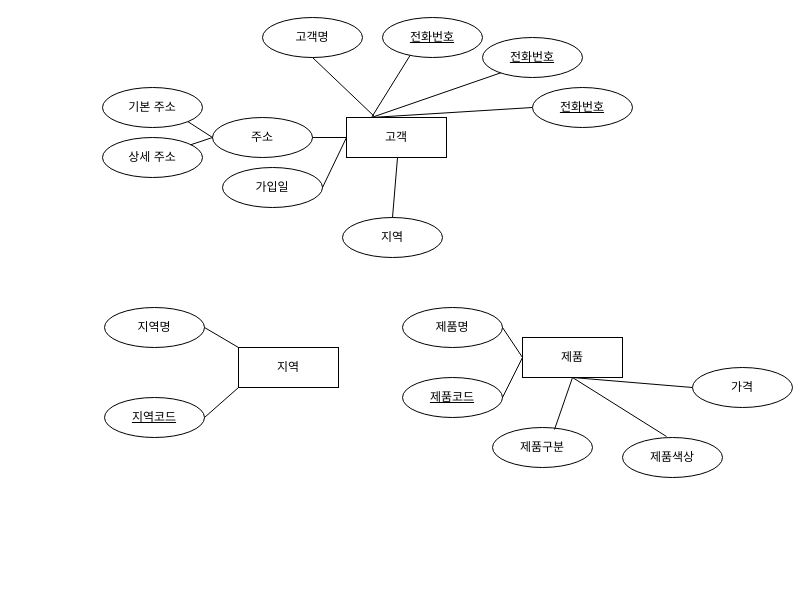
softlee144/erd keeps this draw.io diagram as 제목 없는 다이어그램.drawio. Above is the earlier version. Source tidied: cells renumbered, new cells numbered last; positions are measured from the earlier drawing's top-left corner, leaving out a move shared by most shapes. Both pictures are drawn from the tidied source at 100%, with x=0, y=0 at pixel (102, 17).
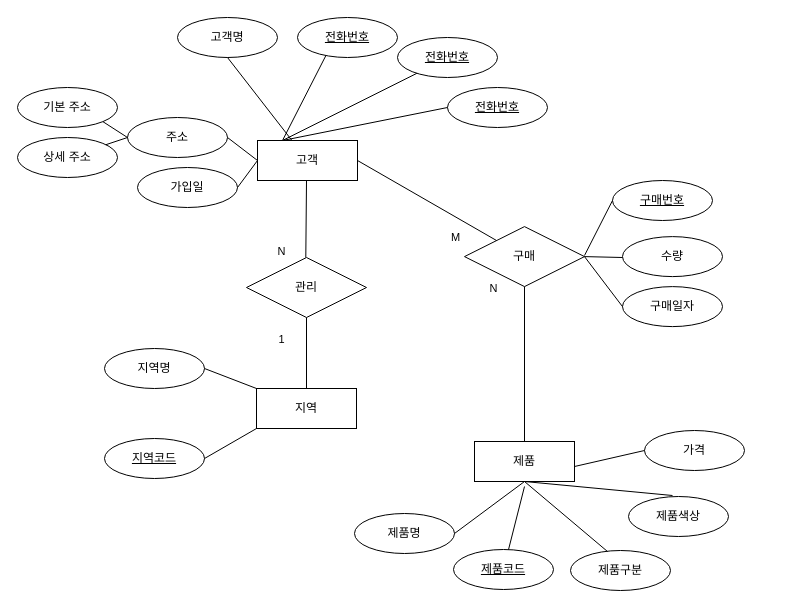
The same page after the edit.

Commit message:
제목 없는 다이어그램.drawio 업데이트

Diff of the diagram source:
```diff
@@
     <mxCell id="2" value="고객명" style="ellipse;whiteSpace=wrap;html=1;align=center;" parent="1" vertex="1">
-      <mxGeometry x="160" width="100" height="40" as="geometry" />
+      <mxGeometry x="75" width="100" height="40" as="geometry" />
     </mxCell>
@@
     <mxCell id="4" style="endArrow=none;html=1;rounded=0;exitX=0.35;exitY=1.075;exitDx=0;exitDy=0;exitPerimeter=0;entryX=0.25;entryY=0;entryDx=0;entryDy=0;" parent="1" edge="1" target="21">
       <mxGeometry relative="1" as="geometry">
-        <mxPoint x="405" y="53" as="sourcePoint" />
+        <mxPoint x="320" y="53" as="sourcePoint" />
       </mxGeometry>
     </mxCell>
     <mxCell id="5" value="전화번호" style="ellipse;whiteSpace=wrap;html=1;align=center;fontStyle=4;" parent="1" vertex="1">
-      <mxGeometry x="380" y="20" width="100" height="40" as="geometry" />
+      <mxGeometry x="295" y="20" width="100" height="40" as="geometry" />
     </mxCell>
     <mxCell id="6" style="endArrow=none;html=1;rounded=0;exitX=0.5;exitY=1;exitDx=0;exitDy=0;entryX=0.25;entryY=0;entryDx=0;entryDy=0;" parent="1" edge="1" target="21">
       <mxGeometry relative="1" as="geometry">
-        <mxPoint x="312.5" y="30" as="sourcePoint" />
+        <mxPoint x="227.5" y="30" as="sourcePoint" />
       </mxGeometry>
     </mxCell>
     <mxCell id="7" value="전화번호" style="ellipse;whiteSpace=wrap;html=1;align=center;fontStyle=4;" parent="1" vertex="1">
-      <mxGeometry x="280" width="100" height="40" as="geometry" />
+      <mxGeometry x="195" width="100" height="40" as="geometry" />
     </mxCell>
     <mxCell id="8" value="전화번호" style="ellipse;whiteSpace=wrap;html=1;align=center;fontStyle=4;" parent="1" vertex="1">
-      <mxGeometry x="430" y="70" width="100" height="40" as="geometry" />
+      <mxGeometry x="345" y="70" width="100" height="40" as="geometry" />
     </mxCell>
@@
     <mxCell id="10" value="주소" style="ellipse;whiteSpace=wrap;html=1;align=center;" parent="1" vertex="1">
-      <mxGeometry x="110" y="100" width="100" height="40" as="geometry" />
+      <mxGeometry x="25" y="100" width="100" height="40" as="geometry" />
     </mxCell>
     <mxCell id="11" value="기본 주소" style="ellipse;whiteSpace=wrap;html=1;align=center;" parent="1" vertex="1">
-      <mxGeometry y="70" width="100" height="40" as="geometry" />
+      <mxGeometry x="-85" y="70" width="100" height="40" as="geometry" />
     </mxCell>
     <mxCell id="12" value="상세 주소" style="ellipse;whiteSpace=wrap;html=1;align=center;" parent="1" vertex="1">
-      <mxGeometry y="120" width="100" height="40" as="geometry" />
+      <mxGeometry x="-85" y="120" width="100" height="40" as="geometry" />
     </mxCell>
@@
     <mxCell id="15" value="가입일" style="ellipse;whiteSpace=wrap;html=1;align=center;" parent="1" vertex="1">
-      <mxGeometry x="120" y="150" width="100" height="40" as="geometry" />
+      <mxGeometry x="35" y="150" width="100" height="40" as="geometry" />
     </mxCell>
@@
-    <mxCell id="17" value="지역" style="ellipse;whiteSpace=wrap;html=1;align=center;" parent="1" vertex="1">
-      <mxGeometry x="240" y="200" width="100" height="40" as="geometry" />
-    </mxCell>
-    <mxCell id="18" style="endArrow=none;html=1;rounded=0;exitX=0.5;exitY=0;exitDx=0;exitDy=0;entryX=0.5;entryY=1;entryDx=0;entryDy=0;" parent="1" edge="1" source="17">
+    <mxCell id="18" style="endArrow=none;html=1;rounded=0;entryX=0.5;entryY=1;entryDx=0;entryDy=0;" parent="1" edge="1">
       <mxGeometry relative="1" as="geometry">
-        <mxPoint x="295" y="140" as="targetPoint" />
+        <mxPoint x="203.3" y="240.1" as="sourcePoint" />
+        <mxPoint x="204" y="163" as="targetPoint" />
       </mxGeometry>
     </mxCell>
+    <mxCell id="37" value="N" style="edgeLabel;html=1;align=center;verticalAlign=middle;" parent="18" vertex="1">
+      <mxGeometry x="-0.01" y="3" relative="1" as="geometry">
+        <mxPoint x="-22" y="31" as="offset" />
+      </mxGeometry>
+    </mxCell>
     <mxCell id="19" value="지역명" style="ellipse;whiteSpace=wrap;html=1;align=center;" parent="1" vertex="1">
-      <mxGeometry x="2" y="290" width="100" height="40" as="geometry" />
+      <mxGeometry x="2" y="331" width="100" height="40" as="geometry" />
     </mxCell>
     <mxCell id="20" value="지역코드" style="ellipse;whiteSpace=wrap;html=1;align=center;fontStyle=4;" parent="1" vertex="1">
-      <mxGeometry x="2" y="380" width="100" height="40" as="geometry" />
+      <mxGeometry x="2" y="421" width="100" height="40" as="geometry" />
     </mxCell>
     <mxCell id="21" value="고객" style="whiteSpace=wrap;html=1;align=center;" parent="1" vertex="1">
-      <mxGeometry x="244" y="100" width="100" height="40" as="geometry" />
+      <mxGeometry x="155" y="123" width="100" height="40" as="geometry" />
     </mxCell>
     <mxCell id="22" value="지역" style="whiteSpace=wrap;html=1;align=center;" parent="1" vertex="1">
-      <mxGeometry x="136" y="330" width="100" height="40" as="geometry" />
+      <mxGeometry x="154" y="371" width="100" height="40" as="geometry" />
     </mxCell>
@@
     <mxCell id="26" value="제품" style="whiteSpace=wrap;html=1;align=center;" parent="1" vertex="1">
-      <mxGeometry x="420" y="320" width="100" height="40" as="geometry" />
+      <mxGeometry x="372" y="424" width="100" height="40" as="geometry" />
     </mxCell>
     <mxCell id="27" value="제품명" style="ellipse;whiteSpace=wrap;html=1;align=center;" parent="1" vertex="1">
-      <mxGeometry x="300" y="290" width="100" height="40" as="geometry" />
+      <mxGeometry x="252" y="496" width="100" height="40" as="geometry" />
     </mxCell>
     <mxCell id="28" value="제품코드" style="ellipse;whiteSpace=wrap;html=1;align=center;fontStyle=4;" parent="1" vertex="1">
-      <mxGeometry x="300" y="360" width="100" height="40" as="geometry" />
+      <mxGeometry x="351" y="532" width="100" height="40" as="geometry" />
     </mxCell>
-    <mxCell id="29" style="endArrow=none;html=1;rounded=0;exitX=1;exitY=0.5;exitDx=0;exitDy=0;entryX=0;entryY=0.5;entryDx=0;entryDy=0;" parent="1" edge="1" source="27" target="26">
+    <mxCell id="29" style="endArrow=none;html=1;rounded=0;exitX=1;exitY=0.5;exitDx=0;exitDy=0;entryX=0.5;entryY=1;entryDx=0;entryDy=0;" parent="1" edge="1" source="27" target="26">
       <mxGeometry relative="1" as="geometry" />
     </mxCell>
-    <mxCell id="30" style="endArrow=none;html=1;rounded=0;exitX=1;exitY=0.5;exitDx=0;exitDy=0;entryX=0;entryY=0.5;entryDx=0;entryDy=0;" parent="1" edge="1" source="28" target="26">
-      <mxGeometry relative="1" as="geometry" />
+    <mxCell id="30" style="endArrow=none;html=1;rounded=0;" parent="1" edge="1" source="28">
+      <mxGeometry relative="1" as="geometry">
+        <mxPoint x="422" y="469" as="targetPoint" />
+      </mxGeometry>
     </mxCell>
     <mxCell id="31" value="제품구분" style="ellipse;whiteSpace=wrap;html=1;align=center;" parent="1" vertex="1">
-      <mxGeometry x="390" y="410" width="100" height="40" as="geometry" />
+      <mxGeometry x="468" y="533" width="100" height="40" as="geometry" />
     </mxCell>
     <mxCell id="32" value="제품색상" style="ellipse;whiteSpace=wrap;html=1;align=center;" parent="1" vertex="1">
-      <mxGeometry x="520" y="420" width="100" height="40" as="geometry" />
+      <mxGeometry x="526" y="479" width="100" height="40" as="geometry" />
     </mxCell>
     <mxCell id="33" value="가격" style="ellipse;whiteSpace=wrap;html=1;align=center;" parent="1" vertex="1">
-      <mxGeometry x="590" y="350" width="100" height="40" as="geometry" />
+      <mxGeometry x="542" y="413" width="100" height="40" as="geometry" />
     </mxCell>
-    <mxCell id="34" style="endArrow=none;html=1;rounded=0;exitX=0.62;exitY=0.05;exitDx=0;exitDy=0;entryX=0;entryY=0.5;entryDx=0;entryDy=0;exitPerimeter=0;" parent="1" edge="1" source="31">
+    <mxCell id="34" style="endArrow=none;html=1;rounded=0;exitX=0.37;exitY=0.025;exitDx=0;exitDy=0;entryX=0;entryY=0.5;entryDx=0;entryDy=0;exitPerimeter=0;" parent="1" edge="1" source="31">
       <mxGeometry relative="1" as="geometry">
-        <mxPoint x="470" y="360" as="targetPoint" />
+        <mxPoint x="422" y="464" as="targetPoint" />
       </mxGeometry>
     </mxCell>
@@
-    <mxCell id="36" style="endArrow=none;html=1;rounded=0;exitX=0;exitY=0.5;exitDx=0;exitDy=0;entryX=0.5;entryY=1;entryDx=0;entryDy=0;" parent="1" edge="1" source="33" target="26">
-      <mxGeometry relative="1" as="geometry" />
+    <mxCell id="36" style="endArrow=none;html=1;rounded=0;exitX=0;exitY=0.5;exitDx=0;exitDy=0;" parent="1" edge="1" source="33">
+      <mxGeometry relative="1" as="geometry">
+        <mxPoint x="472" y="449" as="targetPoint" />
+      </mxGeometry>
     </mxCell>
+    <mxCell id="38" value="관리" style="shape=rhombus;perimeter=rhombusPerimeter;whiteSpace=wrap;html=1;align=center;" parent="1" vertex="1">
+      <mxGeometry x="144" y="240" width="120" height="60" as="geometry" />
+    </mxCell>
+    <mxCell id="39" style="endArrow=none;html=1;rounded=0;entryX=0.5;entryY=1;entryDx=0;entryDy=0;exitX=0.5;exitY=0;exitDx=0;exitDy=0;" parent="1" edge="1" source="22" target="38">
+      <mxGeometry relative="1" as="geometry" />
+    </mxCell>
+    <mxCell id="40" value="1" style="edgeLabel;html=1;align=center;verticalAlign=middle;" parent="1" vertex="1">
+      <mxGeometry x="176.6" y="309.1" as="geometry">
+        <mxPoint x="2" y="12" as="offset" />
+      </mxGeometry>
+    </mxCell>
+    <mxCell id="41" value="구매" style="shape=rhombus;perimeter=rhombusPerimeter;whiteSpace=wrap;html=1;align=center;" parent="1" vertex="1">
+      <mxGeometry x="362" y="209.1" width="120" height="60" as="geometry" />
+    </mxCell>
+    <mxCell id="42" value="구매번호" style="ellipse;whiteSpace=wrap;html=1;align=center;fontStyle=4;" parent="1" vertex="1">
+      <mxGeometry x="510" y="163" width="100" height="40" as="geometry" />
+    </mxCell>
+    <mxCell id="43" value="수량" style="ellipse;whiteSpace=wrap;html=1;align=center;" parent="1" vertex="1">
+      <mxGeometry x="520" y="219.1" width="100" height="40" as="geometry" />
+    </mxCell>
+    <mxCell id="44" value="구매일자" style="ellipse;whiteSpace=wrap;html=1;align=center;" parent="1" vertex="1">
+      <mxGeometry x="520" y="269.1" width="100" height="40" as="geometry" />
+    </mxCell>
+    <mxCell id="45" style="endArrow=none;html=1;rounded=0;entryX=1;entryY=0.5;entryDx=0;entryDy=0;" parent="1" edge="1" source="41" target="21">
+      <mxGeometry relative="1" as="geometry" />
+    </mxCell>
+    <mxCell id="46" value="M" style="edgeLabel;html=1;align=center;verticalAlign=middle;" parent="45" vertex="1">
+      <mxGeometry x="0.04" y="-4" relative="1" as="geometry">
+        <mxPoint x="28" y="41" as="offset" />
+      </mxGeometry>
+    </mxCell>
+    <mxCell id="47" style="endArrow=none;html=1;rounded=0;exitX=0;exitY=0.5;exitDx=0;exitDy=0;" parent="1" edge="1" source="42">
+      <mxGeometry relative="1" as="geometry">
+        <mxPoint x="482" y="238" as="targetPoint" />
+      </mxGeometry>
+    </mxCell>
+    <mxCell id="48" style="endArrow=none;html=1;rounded=0;exitX=0;exitY=0.5;exitDx=0;exitDy=0;entryX=1;entryY=0.5;entryDx=0;entryDy=0;" parent="1" edge="1" target="41">
+      <mxGeometry relative="1" as="geometry">
+        <mxPoint x="520" y="240" as="sourcePoint" />
+      </mxGeometry>
+    </mxCell>
+    <mxCell id="49" style="endArrow=none;html=1;rounded=0;exitX=0;exitY=0.5;exitDx=0;exitDy=0;entryX=1;entryY=0.5;entryDx=0;entryDy=0;" parent="1" edge="1" source="44" target="41">
+      <mxGeometry relative="1" as="geometry" />
+    </mxCell>
+    <mxCell id="50" style="endArrow=none;html=1;rounded=0;exitX=0.5;exitY=1;exitDx=0;exitDy=0;" parent="1" edge="1" source="41" target="26">
+      <mxGeometry relative="1" as="geometry" />
+    </mxCell>
+    <mxCell id="51" value="N" style="edgeLabel;html=1;align=center;verticalAlign=middle;" parent="50" vertex="1">
+      <mxGeometry x="-0.3" y="-1" relative="1" as="geometry">
+        <mxPoint x="-31" y="-53" as="offset" />
+      </mxGeometry>
+    </mxCell>
```
